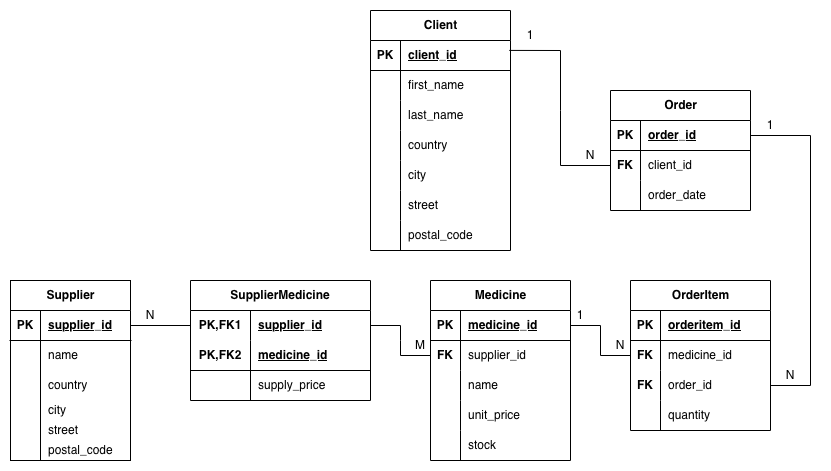
Earlier version of the draw.io export Lab2/dbschema.png (kpask/database-systems). Source tidied: cells renumbered, new cells last; positions are measured from the earlier drawing's top-left corner, leaving out a move shared by most shapes.
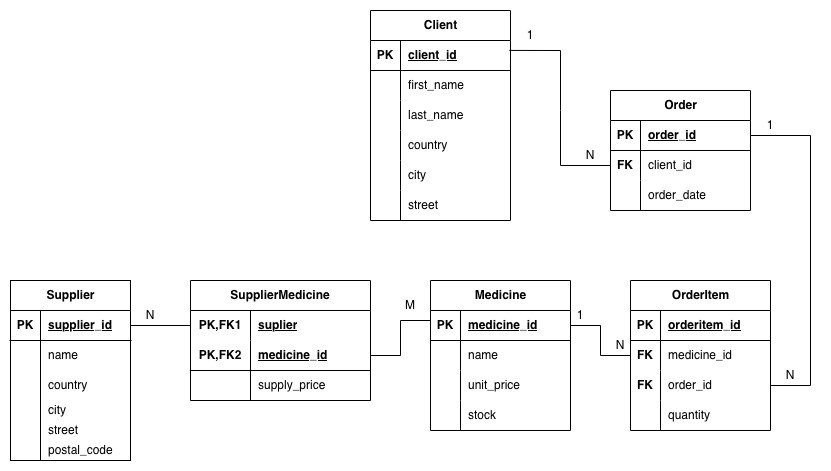
Later version of the same file.

Commit message:
Update db schema and medicine table, supplier_id was not intended for medicine table

Change to the diagram source:
```diff
@@ -2,7 +2,7 @@
   <root>
     <mxCell id="0" />
     <mxCell id="1" parent="0" />
-    <mxCell id="2" value="Supplier" style="shape=table;startSize=30;rowLines=0;fontStyle=1;align=center;html=1;shadow=0;rounded=0;" parent="1" vertex="1">
+    <mxCell id="2" value="Supplier" style="shape=table;startSize=30;rowLines=0;fontStyle=1;align=center;html=1;" parent="1" vertex="1">
       <mxGeometry y="270" width="120" height="180" as="geometry" />
     </mxCell>
     <mxCell id="3" style="shape=tableRow;horizontal=0;startSize=0;swimlaneHead=0;swimlaneBody=0;fillColor=none;points=[[0,0.5],[1,0.5]];portConstraint=eastwest;top=0;left=0;right=0;bottom=1;" parent="2" vertex="1">
@@ -60,7 +60,7 @@
       <mxGeometry x="30" width="90" height="20" as="geometry" />
     </mxCell>
     <mxCell id="21" value="Medicine" style="shape=table;startSize=30;rowLines=0;fontStyle=1;align=center;html=1;" parent="1" vertex="1">
-      <mxGeometry x="420" y="270" width="140" height="180" as="geometry" />
+      <mxGeometry x="420" y="270" width="140" height="150" as="geometry" />
     </mxCell>
     <mxCell id="22" style="shape=tableRow;horizontal=0;startSize=0;swimlaneHead=0;swimlaneBody=0;fillColor=none;top=0;left=0;right=0;bottom=1;" parent="21" vertex="1">
       <mxGeometry y="30" width="140" height="30" as="geometry" />
@@ -74,10 +74,10 @@
     <mxCell id="25" style="shape=tableRow;horizontal=0;startSize=0;swimlaneHead=0;swimlaneBody=0;fillColor=none;points=[[0,0.5],[1,0.5]];portConstraint=eastwest;top=0;left=0;right=0;bottom=0;" parent="21" vertex="1">
       <mxGeometry y="60" width="140" height="30" as="geometry" />
     </mxCell>
-    <mxCell id="26" value="&lt;b&gt;FK&lt;/b&gt;" style="shape=partialRectangle;fillColor=none;top=0;left=0;bottom=0;right=0;overflow=hidden;whiteSpace=wrap;html=1;" parent="25" vertex="1">
+    <mxCell id="26" style="shape=partialRectangle;fillColor=none;top=0;left=0;bottom=0;right=0;overflow=hidden;whiteSpace=wrap;html=1;" parent="25" vertex="1">
       <mxGeometry width="30" height="30" as="geometry" />
     </mxCell>
-    <mxCell id="27" value="supplier_id" style="shape=partialRectangle;fillColor=none;top=0;left=0;bottom=0;right=0;align=left;spacingLeft=6;overflow=hidden;whiteSpace=wrap;html=1;" parent="25" vertex="1">
+    <mxCell id="27" value="name" style="shape=partialRectangle;fillColor=none;top=0;left=0;bottom=0;right=0;align=left;spacingLeft=6;overflow=hidden;whiteSpace=wrap;html=1;" parent="25" vertex="1">
       <mxGeometry x="30" width="110" height="30" as="geometry" />
     </mxCell>
     <mxCell id="28" style="shape=tableRow;horizontal=0;startSize=0;swimlaneHead=0;swimlaneBody=0;fillColor=none;top=0;left=0;right=0;bottom=0;" parent="21" vertex="1">
@@ -86,7 +86,7 @@
     <mxCell id="29" style="shape=partialRectangle;fillColor=none;top=0;left=0;bottom=0;right=0;overflow=hidden;whiteSpace=wrap;html=1;" parent="28" vertex="1">
       <mxGeometry width="30" height="30" as="geometry" />
     </mxCell>
-    <mxCell id="30" value="name" style="shape=partialRectangle;fillColor=none;top=0;left=0;bottom=0;right=0;align=left;spacingLeft=6;overflow=hidden;whiteSpace=wrap;html=1;" parent="28" vertex="1">
+    <mxCell id="30" value="unit_price" style="shape=partialRectangle;fillColor=none;top=0;left=0;bottom=0;right=0;align=left;spacingLeft=6;overflow=hidden;whiteSpace=wrap;html=1;" parent="28" vertex="1">
       <mxGeometry x="30" width="110" height="30" as="geometry" />
     </mxCell>
     <mxCell id="31" style="shape=tableRow;horizontal=0;startSize=0;swimlaneHead=0;swimlaneBody=0;fillColor=none;top=0;left=0;right=0;bottom=0;" parent="21" vertex="1">
@@ -95,18 +95,9 @@
     <mxCell id="32" style="shape=partialRectangle;fillColor=none;top=0;left=0;bottom=0;right=0;overflow=hidden;whiteSpace=wrap;html=1;" parent="31" vertex="1">
       <mxGeometry width="30" height="30" as="geometry" />
     </mxCell>
-    <mxCell id="33" value="unit_price" style="shape=partialRectangle;fillColor=none;top=0;left=0;bottom=0;right=0;align=left;spacingLeft=6;overflow=hidden;whiteSpace=wrap;html=1;" parent="31" vertex="1">
+    <mxCell id="33" value="stock" style="shape=partialRectangle;fillColor=none;top=0;left=0;bottom=0;right=0;align=left;spacingLeft=6;overflow=hidden;whiteSpace=wrap;html=1;" parent="31" vertex="1">
       <mxGeometry x="30" width="110" height="30" as="geometry" />
     </mxCell>
-    <mxCell id="34" style="shape=tableRow;horizontal=0;startSize=0;swimlaneHead=0;swimlaneBody=0;fillColor=none;top=0;left=0;right=0;bottom=0;" parent="21" vertex="1">
-      <mxGeometry y="150" width="140" height="30" as="geometry" />
-    </mxCell>
-    <mxCell id="35" style="shape=partialRectangle;fillColor=none;top=0;left=0;bottom=0;right=0;overflow=hidden;whiteSpace=wrap;html=1;" parent="34" vertex="1">
-      <mxGeometry width="30" height="30" as="geometry" />
-    </mxCell>
-    <mxCell id="36" value="stock" style="shape=partialRectangle;fillColor=none;top=0;left=0;bottom=0;right=0;align=left;spacingLeft=6;overflow=hidden;whiteSpace=wrap;html=1;" parent="34" vertex="1">
-      <mxGeometry x="30" width="110" height="30" as="geometry" />
-    </mxCell>
     <mxCell id="37" value="OrderItem" style="shape=table;startSize=30;rowLines=0;fontStyle=1;align=center;html=1;" parent="1" vertex="1">
       <mxGeometry x="620" y="270" width="140" height="150" as="geometry" />
     </mxCell>
@@ -177,7 +168,7 @@
       <mxGeometry x="30" width="110" height="30" as="geometry" />
     </mxCell>
     <mxCell id="60" value="Client" style="shape=table;startSize=30;rowLines=0;fontStyle=1;align=center;html=1;" parent="1" vertex="1">
-      <mxGeometry x="360" width="140" height="240" as="geometry" />
+      <mxGeometry x="360" width="140" height="210" as="geometry" />
     </mxCell>
     <mxCell id="61" style="shape=tableRow;horizontal=0;startSize=0;swimlaneHead=0;swimlaneBody=0;fillColor=none;top=0;left=0;right=0;bottom=1;" parent="60" vertex="1">
       <mxGeometry y="30" width="140" height="30" as="geometry" />
@@ -233,21 +224,12 @@
     <mxCell id="78" value="street" style="shape=partialRectangle;fillColor=none;top=0;left=0;bottom=0;right=0;align=left;spacingLeft=6;overflow=hidden;whiteSpace=wrap;html=1;" parent="76" vertex="1">
       <mxGeometry x="30" width="110" height="30" as="geometry" />
     </mxCell>
-    <mxCell id="79" style="shape=tableRow;horizontal=0;startSize=0;swimlaneHead=0;swimlaneBody=0;fillColor=none;top=0;left=0;right=0;bottom=0;" parent="60" vertex="1">
-      <mxGeometry y="210" width="140" height="30" as="geometry" />
-    </mxCell>
-    <mxCell id="80" style="shape=partialRectangle;fillColor=none;top=0;left=0;bottom=0;right=0;overflow=hidden;whiteSpace=wrap;html=1;" parent="79" vertex="1">
-      <mxGeometry width="30" height="30" as="geometry" />
-    </mxCell>
-    <mxCell id="81" value="postal_code" style="shape=partialRectangle;fillColor=none;top=0;left=0;bottom=0;right=0;align=left;spacingLeft=6;overflow=hidden;whiteSpace=wrap;html=1;" parent="79" vertex="1">
-      <mxGeometry x="30" width="110" height="30" as="geometry" />
-    </mxCell>
-    <mxCell id="82" style="endArrow=none;html=1;rounded=0;exitX=1;exitY=0.5;exitDx=0;exitDy=0;entryX=0;entryY=0.5;entryDx=0;entryDy=0;" parent="1" edge="1" source="95" target="25">
+    <mxCell id="82" style="endArrow=none;html=1;rounded=0;exitX=1;exitY=0.5;exitDx=0;exitDy=0;entryX=0;entryY=0.5;entryDx=0;entryDy=0;" parent="1" edge="1" source="98" target="25">
       <mxGeometry relative="1" as="geometry">
         <Array as="points">
-          <mxPoint x="390" y="315" />
-          <mxPoint x="390" y="330" />
           <mxPoint x="390" y="345" />
+          <mxPoint x="390" y="310" />
+          <mxPoint x="420" y="310" />
         </Array>
       </mxGeometry>
     </mxCell>
@@ -261,7 +243,7 @@
       </mxGeometry>
     </mxCell>
     <mxCell id="84" value="M" style="text;html=1;whiteSpace=wrap;strokeColor=none;fillColor=none;align=center;verticalAlign=middle;rounded=0;" parent="1" vertex="1">
-      <mxGeometry x="380" y="320" width="60" height="30" as="geometry" />
+      <mxGeometry x="370" y="280" width="60" height="30" as="geometry" />
     </mxCell>
     <mxCell id="85" value="1" style="text;html=1;whiteSpace=wrap;strokeColor=none;fillColor=none;align=center;verticalAlign=middle;rounded=0;" parent="1" vertex="1">
       <mxGeometry x="540" y="290" width="60" height="30" as="geometry" />
@@ -310,7 +292,7 @@
     <mxCell id="96" value="PK,FK1" style="shape=partialRectangle;fillColor=none;top=0;left=0;bottom=0;right=0;fontStyle=1;overflow=hidden;html=1;whiteSpace=wrap;" parent="95" vertex="1">
       <mxGeometry width="60" height="30" as="geometry" />
     </mxCell>
-    <mxCell id="97" value="supplier_id" style="shape=partialRectangle;fillColor=none;top=0;left=0;bottom=0;right=0;align=left;spacingLeft=6;fontStyle=5;overflow=hidden;html=1;whiteSpace=wrap;" parent="95" vertex="1">
+    <mxCell id="97" value="suplier" style="shape=partialRectangle;fillColor=none;top=0;left=0;bottom=0;right=0;align=left;spacingLeft=6;fontStyle=5;overflow=hidden;html=1;whiteSpace=wrap;" parent="95" vertex="1">
       <mxGeometry x="60" width="120" height="30" as="geometry" />
     </mxCell>
     <mxCell id="98" style="shape=tableRow;horizontal=0;startSize=0;swimlaneHead=0;swimlaneBody=0;fillColor=none;points=[[0,0.5],[1,0.5]];portConstraint=eastwest;top=0;left=0;right=0;bottom=1;html=1;" parent="94" vertex="1">
```
